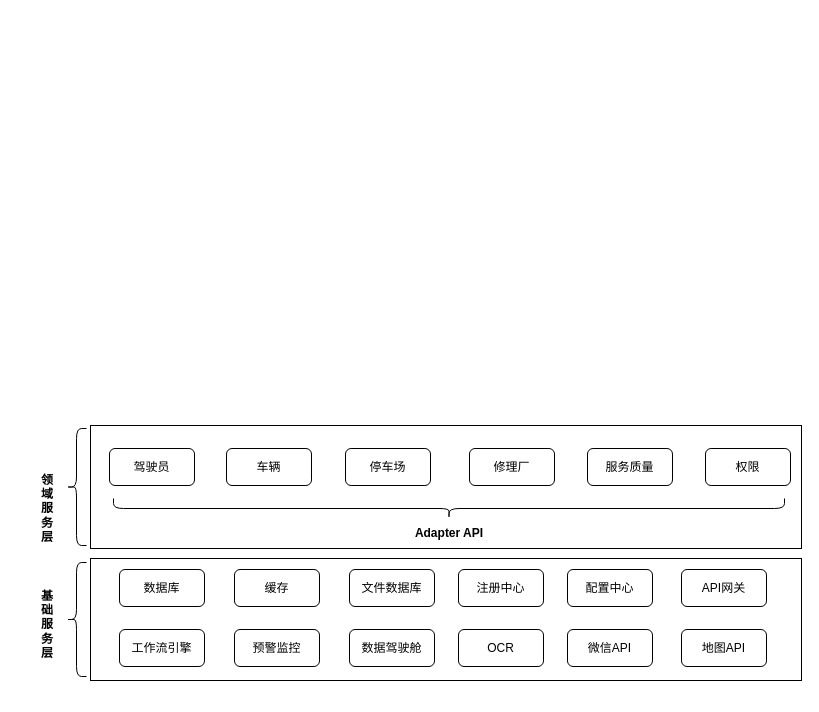
Before: 汽车公司-应用架构.drawio in ammengke/my-drawio, a draw.io diagram. Source tidied: cells renumbered, new cells numbered last; positions are measured from the earlier drawing's top-left corner, leaving out a move shared by most shapes. Both pictures are drawn from the tidied source at 100%, with x=0, y=0 at pixel (17, 425).
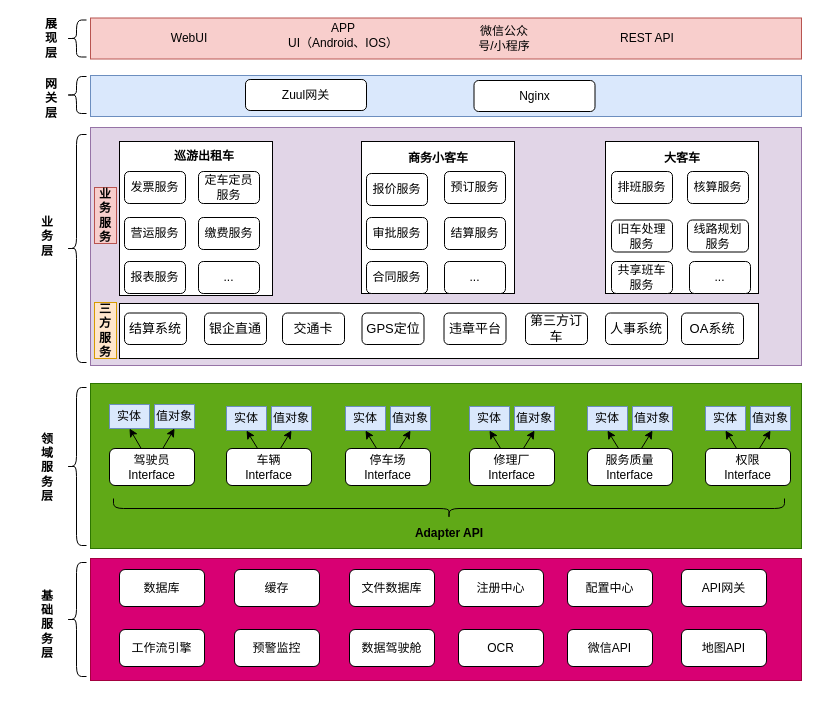
After the change.

Commit message:
Update 汽车公司-应用架构.drawio

Change to the diagram source:
```diff
@@
-    <mxCell id="3" style="rounded=0;whiteSpace=wrap;html=1;" parent="1" vertex="1">
+    <mxCell id="3" style="rounded=0;whiteSpace=wrap;html=1;fillColor=#d80073;fontColor=#ffffff;strokeColor=#A50040;" parent="1" vertex="1">
       <mxGeometry x="73" y="133" width="711" height="122" as="geometry" />
     </mxCell>
@@
-    <mxCell id="17" style="rounded=0;whiteSpace=wrap;html=1;" parent="1" vertex="1">
-      <mxGeometry x="73" width="711" height="123" as="geometry" />
+    <mxCell id="17" style="rounded=0;whiteSpace=wrap;html=1;fillColor=#60a917;fontColor=#ffffff;strokeColor=#2D7600;" parent="1" vertex="1">
+      <mxGeometry x="73" y="-42" width="711" height="165" as="geometry" />
     </mxCell>
     <mxCell id="18" value="领&lt;br&gt;域&lt;br&gt;服&lt;br&gt;务&lt;br&gt;层" style="text;html=1;strokeColor=none;fillColor=none;align=center;verticalAlign=middle;whiteSpace=wrap;rounded=0;fontStyle=1;" parent="1" vertex="1">
-      <mxGeometry y="12.5" width="60" height="141" as="geometry" />
+      <mxGeometry y="-29" width="60" height="141" as="geometry" />
     </mxCell>
     <mxCell id="19" style="shape=curlyBracket;whiteSpace=wrap;html=1;rounded=1;" parent="1" vertex="1">
-      <mxGeometry x="49" y="3" width="20" height="117" as="geometry" />
+      <mxGeometry x="49" y="-38" width="20" height="158" as="geometry" />
     </mxCell>
+    <mxCell id="28" style="edgeStyle=none;rounded=0;jettySize=auto;html=1;entryX=0.5;entryY=1;entryDx=0;entryDy=0;fontColor=#000000;" parent="1" edge="1" source="20" target="50">
+      <mxGeometry relative="1" as="geometry" />
+    </mxCell>
+    <mxCell id="29" style="edgeStyle=none;rounded=0;jettySize=auto;html=1;entryX=0.5;entryY=1;entryDx=0;entryDy=0;fontColor=#000000;" parent="1" edge="1" source="20" target="51">
+      <mxGeometry relative="1" as="geometry" />
+    </mxCell>
-    <mxCell id="20" value="权限" style="rounded=1;whiteSpace=wrap;html=1;" parent="1" vertex="1">
+    <mxCell id="20" value="权限&lt;br&gt;Interface" style="rounded=1;whiteSpace=wrap;html=1;" parent="1" vertex="1">
       <mxGeometry x="688" y="23" width="85" height="37" as="geometry" />
     </mxCell>
+    <mxCell id="30" style="rounded=0;jettySize=auto;html=1;entryX=0.5;entryY=1;entryDx=0;entryDy=0;fontColor=#000000;" parent="1" edge="1" source="21" target="40">
+      <mxGeometry relative="1" as="geometry" />
+    </mxCell>
+    <mxCell id="31" style="edgeStyle=none;rounded=0;jettySize=auto;html=1;entryX=0.5;entryY=1;entryDx=0;entryDy=0;fontColor=#000000;" parent="1" edge="1" source="21" target="41">
+      <mxGeometry relative="1" as="geometry" />
+    </mxCell>
-    <mxCell id="21" value="驾驶员" style="rounded=1;whiteSpace=wrap;html=1;" parent="1" vertex="1">
+    <mxCell id="21" value="驾驶员 Interface" style="rounded=1;whiteSpace=wrap;html=1;" parent="1" vertex="1">
       <mxGeometry x="92" y="23" width="85" height="37" as="geometry" />
     </mxCell>
+    <mxCell id="32" style="edgeStyle=none;rounded=0;jettySize=auto;html=1;entryX=0.5;entryY=1;entryDx=0;entryDy=0;fontColor=#000000;" parent="1" edge="1" source="22" target="42">
+      <mxGeometry relative="1" as="geometry" />
+    </mxCell>
+    <mxCell id="33" style="edgeStyle=none;rounded=0;jettySize=auto;html=1;entryX=0.5;entryY=1;entryDx=0;entryDy=0;fontColor=#000000;" parent="1" edge="1" source="22" target="43">
+      <mxGeometry relative="1" as="geometry" />
+    </mxCell>
-    <mxCell id="22" value="车辆" style="rounded=1;whiteSpace=wrap;html=1;" parent="1" vertex="1">
+    <mxCell id="22" value="车辆&lt;br&gt;Interface" style="rounded=1;whiteSpace=wrap;html=1;" parent="1" vertex="1">
       <mxGeometry x="209" y="23" width="85" height="37" as="geometry" />
     </mxCell>
+    <mxCell id="34" style="edgeStyle=none;rounded=0;jettySize=auto;html=1;entryX=0.5;entryY=1;entryDx=0;entryDy=0;fontColor=#000000;" parent="1" edge="1" source="23" target="44">
+      <mxGeometry relative="1" as="geometry" />
+    </mxCell>
+    <mxCell id="35" style="edgeStyle=none;rounded=0;jettySize=auto;html=1;entryX=0.5;entryY=1;entryDx=0;entryDy=0;fontColor=#000000;" parent="1" edge="1" source="23" target="45">
+      <mxGeometry relative="1" as="geometry" />
+    </mxCell>
-    <mxCell id="23" value="停车场" style="rounded=1;whiteSpace=wrap;html=1;" parent="1" vertex="1">
+    <mxCell id="23" value="停车场&lt;br&gt;Interface" style="rounded=1;whiteSpace=wrap;html=1;" parent="1" vertex="1">
       <mxGeometry x="328" y="23" width="85" height="37" as="geometry" />
     </mxCell>
+    <mxCell id="36" style="edgeStyle=none;rounded=0;jettySize=auto;html=1;entryX=0.5;entryY=1;entryDx=0;entryDy=0;fontColor=#000000;" parent="1" edge="1" source="24" target="46">
+      <mxGeometry relative="1" as="geometry" />
+    </mxCell>
+    <mxCell id="37" style="edgeStyle=none;rounded=0;jettySize=auto;html=1;entryX=0.5;entryY=1;entryDx=0;entryDy=0;fontColor=#000000;" parent="1" edge="1" source="24" target="47">
+      <mxGeometry relative="1" as="geometry" />
+    </mxCell>
-    <mxCell id="24" value="修理厂" style="rounded=1;whiteSpace=wrap;html=1;" parent="1" vertex="1">
+    <mxCell id="24" value="修理厂&lt;br&gt;Interface" style="rounded=1;whiteSpace=wrap;html=1;" parent="1" vertex="1">
       <mxGeometry x="452" y="23" width="85" height="37" as="geometry" />
     </mxCell>
+    <mxCell id="38" style="edgeStyle=none;rounded=0;jettySize=auto;html=1;entryX=0.5;entryY=1;entryDx=0;entryDy=0;fontColor=#000000;" parent="1" edge="1" source="25" target="48">
+      <mxGeometry relative="1" as="geometry" />
+    </mxCell>
+    <mxCell id="39" style="edgeStyle=none;rounded=0;jettySize=auto;html=1;entryX=0.5;entryY=1;entryDx=0;entryDy=0;fontColor=#000000;" parent="1" edge="1" source="25" target="49">
+      <mxGeometry relative="1" as="geometry" />
+    </mxCell>
-    <mxCell id="25" value="服务质量" style="rounded=1;whiteSpace=wrap;html=1;" parent="1" vertex="1">
+    <mxCell id="25" value="服务质量&lt;br&gt;Interface" style="rounded=1;whiteSpace=wrap;html=1;" parent="1" vertex="1">
       <mxGeometry x="570" y="23" width="85" height="37" as="geometry" />
     </mxCell>
@@
+    <mxCell id="40" value="实体" style="text;html=1;strokeColor=#6c8ebf;fillColor=#dae8fc;align=center;verticalAlign=middle;whiteSpace=wrap;rounded=0;" parent="1" vertex="1">
+      <mxGeometry x="92" y="-21" width="40" height="24" as="geometry" />
+    </mxCell>
+    <mxCell id="41" value="值对象" style="text;html=1;strokeColor=#6c8ebf;fillColor=#dae8fc;align=center;verticalAlign=middle;whiteSpace=wrap;rounded=0;" parent="1" vertex="1">
+      <mxGeometry x="137" y="-21" width="40" height="24" as="geometry" />
+    </mxCell>
+    <mxCell id="42" value="实体" style="text;html=1;strokeColor=#6c8ebf;fillColor=#dae8fc;align=center;verticalAlign=middle;whiteSpace=wrap;rounded=0;" parent="1" vertex="1">
+      <mxGeometry x="209" y="-19" width="40" height="24" as="geometry" />
+    </mxCell>
+    <mxCell id="43" value="值对象" style="text;html=1;strokeColor=#6c8ebf;fillColor=#dae8fc;align=center;verticalAlign=middle;whiteSpace=wrap;rounded=0;" parent="1" vertex="1">
+      <mxGeometry x="254" y="-19" width="40" height="24" as="geometry" />
+    </mxCell>
+    <mxCell id="44" value="实体" style="text;html=1;strokeColor=#6c8ebf;fillColor=#dae8fc;align=center;verticalAlign=middle;whiteSpace=wrap;rounded=0;" parent="1" vertex="1">
+      <mxGeometry x="328" y="-19" width="40" height="24" as="geometry" />
+    </mxCell>
+    <mxCell id="45" value="值对象" style="text;html=1;strokeColor=#6c8ebf;fillColor=#dae8fc;align=center;verticalAlign=middle;whiteSpace=wrap;rounded=0;" parent="1" vertex="1">
+      <mxGeometry x="373" y="-19" width="40" height="24" as="geometry" />
+    </mxCell>
+    <mxCell id="46" value="实体" style="text;html=1;strokeColor=#6c8ebf;fillColor=#dae8fc;align=center;verticalAlign=middle;whiteSpace=wrap;rounded=0;" parent="1" vertex="1">
+      <mxGeometry x="452" y="-19" width="40" height="24" as="geometry" />
+    </mxCell>
+    <mxCell id="47" value="值对象" style="text;html=1;strokeColor=#6c8ebf;fillColor=#dae8fc;align=center;verticalAlign=middle;whiteSpace=wrap;rounded=0;" parent="1" vertex="1">
+      <mxGeometry x="497" y="-19" width="40" height="24" as="geometry" />
+    </mxCell>
+    <mxCell id="48" value="实体" style="text;html=1;strokeColor=#6c8ebf;fillColor=#dae8fc;align=center;verticalAlign=middle;whiteSpace=wrap;rounded=0;" parent="1" vertex="1">
+      <mxGeometry x="570" y="-19" width="40" height="24" as="geometry" />
+    </mxCell>
+    <mxCell id="49" value="值对象" style="text;html=1;strokeColor=#6c8ebf;fillColor=#dae8fc;align=center;verticalAlign=middle;whiteSpace=wrap;rounded=0;" parent="1" vertex="1">
+      <mxGeometry x="615" y="-19" width="40" height="24" as="geometry" />
+    </mxCell>
+    <mxCell id="50" value="实体" style="text;html=1;strokeColor=#6c8ebf;fillColor=#dae8fc;align=center;verticalAlign=middle;whiteSpace=wrap;rounded=0;" parent="1" vertex="1">
+      <mxGeometry x="688" y="-19" width="40" height="24" as="geometry" />
+    </mxCell>
+    <mxCell id="51" value="值对象" style="text;html=1;strokeColor=#6c8ebf;fillColor=#dae8fc;align=center;verticalAlign=middle;whiteSpace=wrap;rounded=0;" parent="1" vertex="1">
+      <mxGeometry x="733" y="-19" width="40" height="24" as="geometry" />
+    </mxCell>
+    <mxCell id="52" style="rounded=0;whiteSpace=wrap;html=1;fillColor=#e1d5e7;strokeColor=#9673a6;" parent="1" vertex="1">
+      <mxGeometry x="73" y="-298" width="711" height="238" as="geometry" />
+    </mxCell>
+    <mxCell id="53" value="业&lt;br&gt;务&lt;br&gt;层" style="text;html=1;strokeColor=none;fillColor=none;align=center;verticalAlign=middle;whiteSpace=wrap;rounded=0;fontStyle=1;" parent="1" vertex="1">
+      <mxGeometry y="-260" width="60" height="141" as="geometry" />
+    </mxCell>
+    <mxCell id="54" style="shape=curlyBracket;whiteSpace=wrap;html=1;rounded=1;" parent="1" vertex="1">
+      <mxGeometry x="49" y="-291" width="20" height="228" as="geometry" />
+    </mxCell>
+    <mxCell id="55" style="rounded=0;whiteSpace=wrap;html=1;fontColor=#000000;" parent="1" vertex="1">
+      <mxGeometry x="102" y="-284" width="153" height="154" as="geometry" />
+    </mxCell>
+    <mxCell id="56" style="rounded=0;whiteSpace=wrap;html=1;fontColor=#000000;" parent="1" vertex="1">
+      <mxGeometry x="344" y="-284" width="153" height="152" as="geometry" />
+    </mxCell>
+    <mxCell id="57" style="rounded=0;whiteSpace=wrap;html=1;fontColor=#000000;" parent="1" vertex="1">
+      <mxGeometry x="588" y="-284" width="153" height="152" as="geometry" />
+    </mxCell>
+    <mxCell id="58" value="巡游出租车" style="text;html=1;strokeColor=none;fillColor=none;align=center;verticalAlign=middle;whiteSpace=wrap;rounded=0;fontColor=#000000;fontStyle=1;" parent="1" vertex="1">
+      <mxGeometry x="149" y="-284" width="76" height="30" as="geometry" />
+    </mxCell>
+    <mxCell id="59" value="商务小客车" style="text;html=1;strokeColor=none;fillColor=none;align=center;verticalAlign=middle;whiteSpace=wrap;rounded=0;fontColor=#000000;fontStyle=1;" parent="1" vertex="1">
+      <mxGeometry x="382.5" y="-282" width="76" height="30" as="geometry" />
+    </mxCell>
+    <mxCell id="60" value="大客车" style="text;html=1;strokeColor=none;fillColor=none;align=center;verticalAlign=middle;whiteSpace=wrap;rounded=0;fontColor=#000000;fontStyle=1;" parent="1" vertex="1">
+      <mxGeometry x="626.5" y="-282" width="76" height="30" as="geometry" />
+    </mxCell>
+    <mxCell id="61" style="rounded=0;whiteSpace=wrap;html=1;fontColor=#000000;" parent="1" vertex="1">
+      <mxGeometry x="102" y="-122" width="639" height="55" as="geometry" />
+    </mxCell>
+    <mxCell id="62" value="发票服务" style="rounded=1;whiteSpace=wrap;html=1;fontColor=#000000;" parent="1" vertex="1">
+      <mxGeometry x="107" y="-254" width="61" height="32" as="geometry" />
+    </mxCell>
+    <mxCell id="63" value="定车定员服务" style="rounded=1;whiteSpace=wrap;html=1;fontColor=#000000;" parent="1" vertex="1">
+      <mxGeometry x="181" y="-254" width="61" height="32" as="geometry" />
+    </mxCell>
+    <mxCell id="64" value="营运服务" style="rounded=1;whiteSpace=wrap;html=1;fontColor=#000000;" parent="1" vertex="1">
+      <mxGeometry x="107" y="-208" width="61" height="32" as="geometry" />
+    </mxCell>
+    <mxCell id="65" value="缴费服务" style="rounded=1;whiteSpace=wrap;html=1;fontColor=#000000;" parent="1" vertex="1">
+      <mxGeometry x="181" y="-208" width="61" height="32" as="geometry" />
+    </mxCell>
+    <mxCell id="66" value="报表服务" style="rounded=1;whiteSpace=wrap;html=1;fontColor=#000000;" parent="1" vertex="1">
+      <mxGeometry x="107" y="-164" width="61" height="32" as="geometry" />
+    </mxCell>
+    <mxCell id="67" value="..." style="rounded=1;whiteSpace=wrap;html=1;fontColor=#000000;" parent="1" vertex="1">
+      <mxGeometry x="181" y="-164" width="61" height="32" as="geometry" />
+    </mxCell>
+    <mxCell id="68" value="报价服务" style="rounded=1;whiteSpace=wrap;html=1;fontColor=#000000;" parent="1" vertex="1">
+      <mxGeometry x="349" y="-252" width="61" height="32" as="geometry" />
+    </mxCell>
+    <mxCell id="69" value="预订服务" style="rounded=1;whiteSpace=wrap;html=1;fontColor=#000000;" parent="1" vertex="1">
+      <mxGeometry x="427" y="-254" width="61" height="32" as="geometry" />
+    </mxCell>
+    <mxCell id="70" value="审批服务" style="rounded=1;whiteSpace=wrap;html=1;fontColor=#000000;" parent="1" vertex="1">
+      <mxGeometry x="349" y="-208" width="61" height="32" as="geometry" />
+    </mxCell>
+    <mxCell id="71" value="结算服务" style="rounded=1;whiteSpace=wrap;html=1;fontColor=#000000;" parent="1" vertex="1">
+      <mxGeometry x="427" y="-208" width="61" height="32" as="geometry" />
+    </mxCell>
+    <mxCell id="72" value="合同服务" style="rounded=1;whiteSpace=wrap;html=1;fontColor=#000000;" parent="1" vertex="1">
+      <mxGeometry x="349" y="-164" width="61" height="32" as="geometry" />
+    </mxCell>
+    <mxCell id="73" value="..." style="rounded=1;whiteSpace=wrap;html=1;fontColor=#000000;" parent="1" vertex="1">
+      <mxGeometry x="427" y="-164" width="61" height="32" as="geometry" />
+    </mxCell>
+    <mxCell id="74" value="排班服务" style="rounded=1;whiteSpace=wrap;html=1;fontColor=#000000;" parent="1" vertex="1">
+      <mxGeometry x="594" y="-254" width="61" height="32" as="geometry" />
+    </mxCell>
+    <mxCell id="75" value="核算服务" style="rounded=1;whiteSpace=wrap;html=1;fontColor=#000000;" parent="1" vertex="1">
+      <mxGeometry x="670" y="-254" width="61" height="32" as="geometry" />
+    </mxCell>
+    <mxCell id="76" value="旧车处理服务" style="rounded=1;whiteSpace=wrap;html=1;fontColor=#000000;" parent="1" vertex="1">
+      <mxGeometry x="594" y="-205.5" width="61" height="32" as="geometry" />
+    </mxCell>
+    <mxCell id="77" value="线路规划服务" style="rounded=1;whiteSpace=wrap;html=1;fontColor=#000000;" parent="1" vertex="1">
+      <mxGeometry x="670" y="-205.5" width="61" height="32" as="geometry" />
+    </mxCell>
+    <mxCell id="78" value="共享班车服务" style="rounded=1;whiteSpace=wrap;html=1;fontColor=#000000;" parent="1" vertex="1">
+      <mxGeometry x="594" y="-164" width="61" height="32" as="geometry" />
+    </mxCell>
+    <mxCell id="79" value="..." style="rounded=1;whiteSpace=wrap;html=1;fontColor=#000000;" parent="1" vertex="1">
+      <mxGeometry x="672" y="-164" width="61" height="32" as="geometry" />
+    </mxCell>
+    <mxCell id="80" value="结算系统" style="rounded=1;whiteSpace=wrap;html=1;fontSize=13;" parent="1" vertex="1">
+      <mxGeometry x="107" y="-112.5" width="62" height="31.5" as="geometry" />
+    </mxCell>
+    <mxCell id="81" value="银企直通" style="rounded=1;whiteSpace=wrap;html=1;fontSize=13;" parent="1" vertex="1">
+      <mxGeometry x="187" y="-112.5" width="62" height="31.5" as="geometry" />
+    </mxCell>
+    <mxCell id="82" value="交通卡" style="rounded=1;whiteSpace=wrap;html=1;fontSize=13;" parent="1" vertex="1">
+      <mxGeometry x="265" y="-112.5" width="62" height="31.5" as="geometry" />
+    </mxCell>
+    <mxCell id="83" value="GPS定位" style="rounded=1;whiteSpace=wrap;html=1;fontSize=13;" parent="1" vertex="1">
+      <mxGeometry x="344.5" y="-112.5" width="62" height="31.5" as="geometry" />
+    </mxCell>
+    <mxCell id="84" value="违章平台" style="rounded=1;whiteSpace=wrap;html=1;fontSize=13;" parent="1" vertex="1">
+      <mxGeometry x="426.5" y="-112.5" width="62" height="31.5" as="geometry" />
+    </mxCell>
+    <mxCell id="85" value="第三方订车" style="rounded=1;whiteSpace=wrap;html=1;fontSize=13;" parent="1" vertex="1">
+      <mxGeometry x="508" y="-112.5" width="62" height="31.5" as="geometry" />
+    </mxCell>
+    <mxCell id="86" value="人事系统" style="rounded=1;whiteSpace=wrap;html=1;fontSize=13;" parent="1" vertex="1">
+      <mxGeometry x="588" y="-112.5" width="62" height="31.5" as="geometry" />
+    </mxCell>
+    <mxCell id="87" value="OA系统" style="rounded=1;whiteSpace=wrap;html=1;fontSize=13;" parent="1" vertex="1">
+      <mxGeometry x="664" y="-112.5" width="62" height="31.5" as="geometry" />
+    </mxCell>
+    <mxCell id="88" value="三&lt;br&gt;方&lt;br&gt;服&lt;br&gt;务" style="text;html=1;strokeColor=#d79b00;fillColor=#ffe6cc;align=center;verticalAlign=middle;whiteSpace=wrap;rounded=0;fontStyle=1;" parent="1" vertex="1">
+      <mxGeometry x="77" y="-123" width="22" height="56" as="geometry" />
+    </mxCell>
+    <mxCell id="89" style="rounded=0;whiteSpace=wrap;html=1;fillColor=#dae8fc;strokeColor=#6c8ebf;" parent="1" vertex="1">
+      <mxGeometry x="73" y="-350" width="711" height="41" as="geometry" />
+    </mxCell>
+    <mxCell id="90" value="网&lt;br&gt;关&lt;br&gt;层" style="text;html=1;strokeColor=none;fillColor=none;align=center;verticalAlign=middle;whiteSpace=wrap;rounded=0;fontColor=#000000;fontStyle=1;" parent="1" vertex="1">
+      <mxGeometry x="4" y="-342" width="60" height="30" as="geometry" />
+    </mxCell>
+    <mxCell id="91" style="shape=curlyBracket;whiteSpace=wrap;html=1;rounded=1;fontColor=#000000;" parent="1" vertex="1">
+      <mxGeometry x="49" y="-349" width="20" height="37" as="geometry" />
+    </mxCell>
+    <mxCell id="92" value="Zuul网关" style="rounded=1;whiteSpace=wrap;html=1;fontColor=#000000;" parent="1" vertex="1">
+      <mxGeometry x="228" y="-346" width="121" height="31" as="geometry" />
+    </mxCell>
+    <mxCell id="93" value="Nginx" style="rounded=1;whiteSpace=wrap;html=1;fontColor=#000000;" parent="1" vertex="1">
+      <mxGeometry x="456.5" y="-345" width="121" height="31" as="geometry" />
+    </mxCell>
+    <mxCell id="94" value="展&lt;br&gt;现&lt;br&gt;层" style="text;html=1;strokeColor=none;fillColor=none;align=center;verticalAlign=middle;whiteSpace=wrap;rounded=0;fontColor=#000000;fontStyle=1;" parent="1" vertex="1">
+      <mxGeometry x="4" y="-402" width="60" height="30" as="geometry" />
+    </mxCell>
+    <mxCell id="95" style="rounded=0;whiteSpace=wrap;html=1;fillColor=#f8cecc;strokeColor=#b85450;" parent="1" vertex="1">
+      <mxGeometry x="73" y="-407.5" width="711" height="41" as="geometry" />
+    </mxCell>
+    <mxCell id="96" style="shape=curlyBracket;whiteSpace=wrap;html=1;rounded=1;fontColor=#000000;" parent="1" vertex="1">
+      <mxGeometry x="49" y="-405.5" width="20" height="37" as="geometry" />
+    </mxCell>
+    <mxCell id="97" value="业务服务" style="text;html=1;strokeColor=#b85450;fillColor=#f8cecc;align=center;verticalAlign=middle;whiteSpace=wrap;rounded=0;fontStyle=1;" parent="1" vertex="1">
+      <mxGeometry x="77" y="-238" width="22" height="56" as="geometry" />
+    </mxCell>
+    <mxCell id="98" value="WebUI" style="text;html=1;strokeColor=none;fillColor=none;align=center;verticalAlign=middle;whiteSpace=wrap;rounded=0;fontColor=#000000;" parent="1" vertex="1">
+      <mxGeometry x="142" y="-402" width="60" height="30" as="geometry" />
+    </mxCell>
+    <mxCell id="99" value="APP&lt;br&gt;UI（Android、IOS）" style="text;html=1;strokeColor=none;fillColor=none;align=center;verticalAlign=middle;whiteSpace=wrap;rounded=0;fontColor=#000000;" parent="1" vertex="1">
+      <mxGeometry x="255" y="-405.5" width="142" height="30" as="geometry" />
+    </mxCell>
+    <mxCell id="100" value="微信公众号/小程序" style="text;html=1;strokeColor=none;fillColor=none;align=center;verticalAlign=middle;whiteSpace=wrap;rounded=0;fontColor=#000000;" parent="1" vertex="1">
+      <mxGeometry x="456.5" y="-402" width="60" height="30" as="geometry" />
+    </mxCell>
+    <mxCell id="101" value="REST API" style="text;html=1;strokeColor=none;fillColor=none;align=center;verticalAlign=middle;whiteSpace=wrap;rounded=0;fontColor=#000000;" parent="1" vertex="1">
+      <mxGeometry x="600" y="-402" width="60" height="30" as="geometry" />
+    </mxCell>
```
